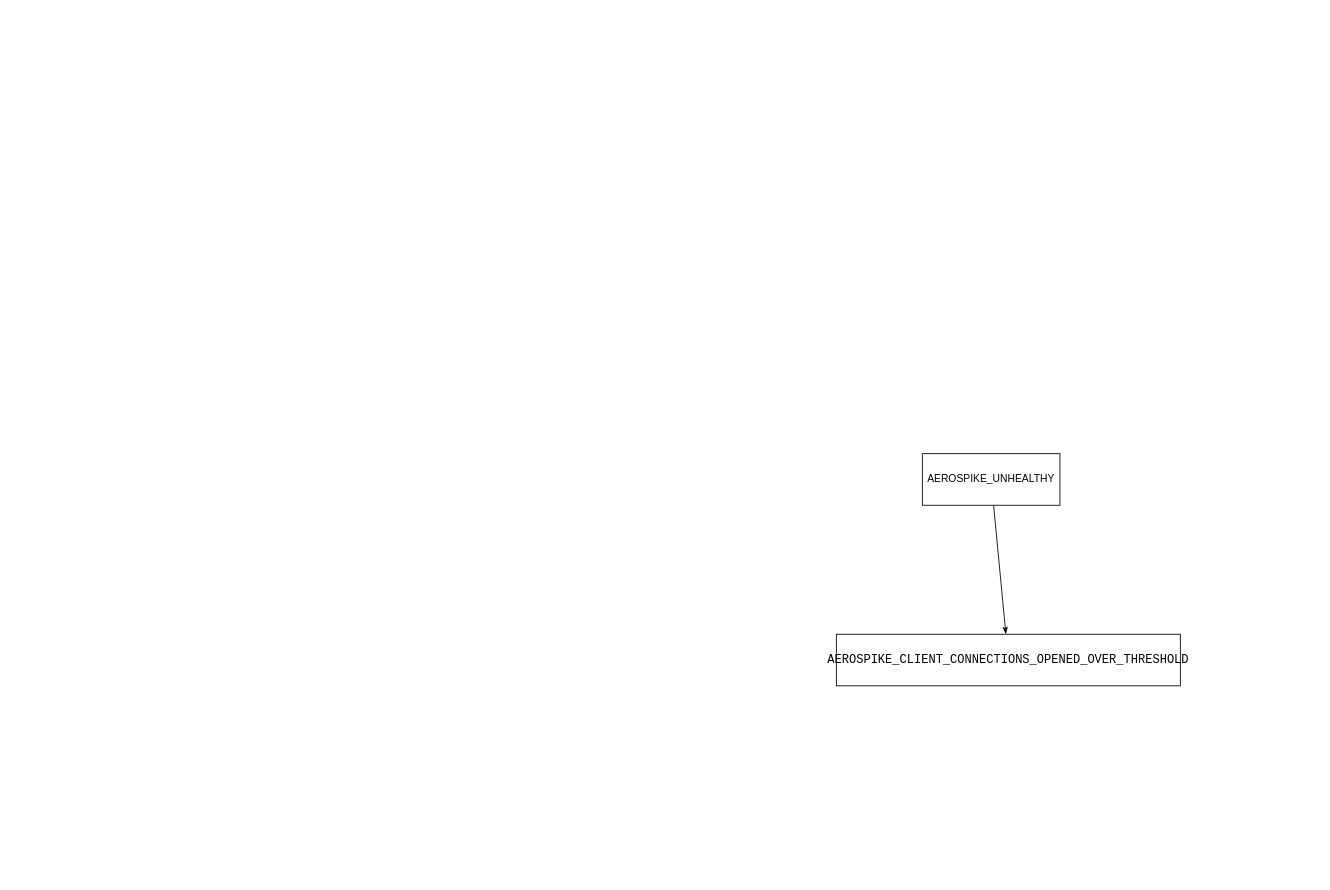
This is Biểu đồ không có tiêu đề.drawio from thespiderminh/draw.io, a draw.io file, before an edit. Source tidied: cells renumbered, new cells numbered last; positions are measured from the earlier drawing's top-left corner, leaving out a move shared by most shapes. Both pictures are drawn from the tidied source at 86%, with x=0, y=0 at pixel (836, 453).
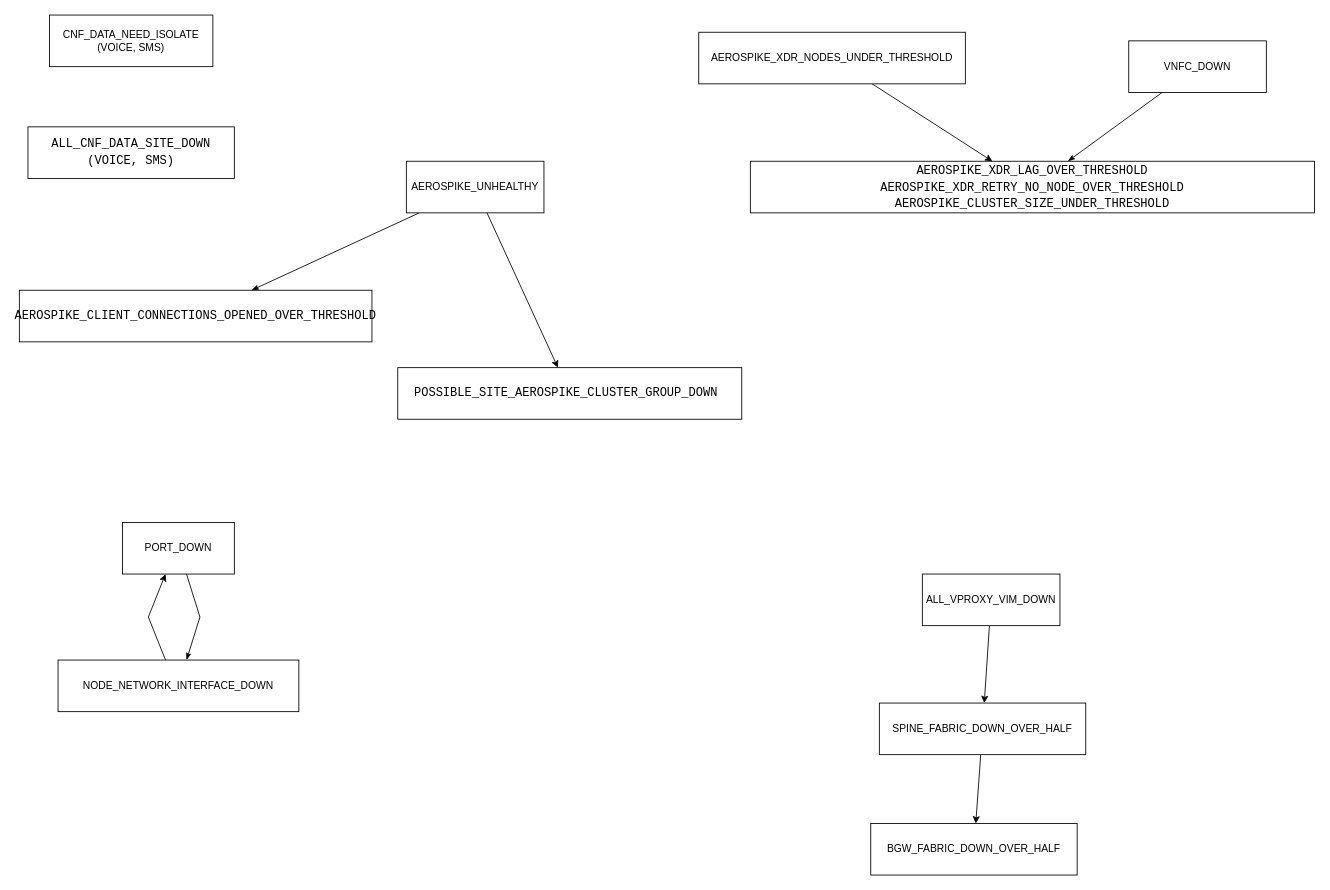
The same diagram, later.

Commit message:
Cập nhật Biểu đồ không có tiêu đề.drawio

Diff of the diagram source:
```diff
@@
     <mxCell id="2" value="&lt;div style=&quot;font-family: Consolas, &amp;quot;Courier New&amp;quot;, monospace; font-size: 14px; line-height: 19px; white-space: pre;&quot;&gt;&lt;span&gt;&lt;font style=&quot;color: rgb(0, 0, 0);&quot;&gt;AEROSPIKE_CLIENT_CONNECTIONS_OPENED_OVER_THRESHOLD&lt;/font&gt;&lt;/span&gt;&lt;/div&gt;" style="rounded=0;whiteSpace=wrap;html=1;" parent="1" vertex="1">
-      <mxGeometry y="210" width="400" height="60" as="geometry" />
+      <mxGeometry x="-950" y="-190" width="410" height="60" as="geometry" />
     </mxCell>
@@
+    <mxCell id="5" style="rounded=0;jettySize=auto;html=1;" parent="1" edge="1" source="4" target="9">
+      <mxGeometry relative="1" as="geometry" />
+    </mxCell>
     <mxCell id="4" value="AEROSPIKE_UNHEALTHY" style="rounded=0;whiteSpace=wrap;html=1;" parent="1" vertex="1">
-      <mxGeometry x="100" width="160" height="60" as="geometry" />
+      <mxGeometry x="-500" y="-340" width="160" height="60" as="geometry" />
     </mxCell>
+    <mxCell id="6" value="VNFC_DOWN" style="rounded=0;whiteSpace=wrap;html=1;" parent="1" vertex="1">
+      <mxGeometry x="340" y="-480" width="160" height="60" as="geometry" />
+    </mxCell>
+    <mxCell id="7" value="&lt;div style=&quot;line-height: 19px;&quot;&gt;&lt;font face=&quot;Consolas, Courier New, monospace&quot;&gt;&lt;span style=&quot;font-size: 14px; white-space: pre;&quot;&gt;AEROSPIKE_XDR_LAG_OVER_THRESHOLD&lt;/span&gt;&lt;/font&gt;&lt;/div&gt;&lt;div style=&quot;line-height: 19px;&quot;&gt;&lt;span style=&quot;font-family: monospace; font-size: 14px; background-color: transparent; color: light-dark(rgb(0, 0, 0), rgb(255, 255, 255));&quot;&gt;AEROSPIKE_XDR_RETRY_NO_NODE_OVER_THRESHOLD&lt;/span&gt;&lt;/div&gt;&lt;div style=&quot;line-height: 19px;&quot;&gt;&lt;span style=&quot;font-family: Consolas, &amp;quot;Courier New&amp;quot;, monospace; font-size: 14px; white-space: pre;&quot;&gt;AEROSPIKE_CLUSTER_SIZE_UNDER_THRESHOLD&lt;/span&gt;&lt;span style=&quot;font-family: monospace; font-size: 14px; background-color: transparent; color: light-dark(rgb(0, 0, 0), rgb(255, 255, 255));&quot;&gt;&lt;/span&gt;&lt;/div&gt;" style="rounded=0;whiteSpace=wrap;html=1;" parent="1" vertex="1">
+      <mxGeometry x="-100" y="-340" width="656" height="60" as="geometry" />
+    </mxCell>
+    <mxCell id="8" style="endArrow=classicThin;html=1;rounded=0;startArrow=none;startFill=0;endFill=1;" parent="1" edge="1" source="6" target="7">
+      <mxGeometry relative="1" as="geometry" />
+    </mxCell>
+    <mxCell id="9" value="&lt;div style=&quot;line-height: 19px;&quot;&gt;&lt;font face=&quot;Consolas, Courier New, monospace&quot;&gt;&lt;span style=&quot;font-size: 14px; white-space: pre;&quot;&gt;POSSIBLE_SITE_AEROSPIKE_CLUSTER_GROUP_DOWN &lt;/span&gt;&lt;/font&gt;&lt;/div&gt;" style="rounded=0;whiteSpace=wrap;html=1;" parent="1" vertex="1">
+      <mxGeometry x="-510" y="-100" width="400" height="60" as="geometry" />
+    </mxCell>
+    <mxCell id="10" style="rounded=0;jettySize=auto;html=1;" parent="1" edge="1" source="11" target="13">
+      <mxGeometry relative="1" as="geometry" />
+    </mxCell>
+    <mxCell id="11" value="ALL_VPROXY_VIM_DOWN" style="rounded=0;whiteSpace=wrap;html=1;" parent="1" vertex="1">
+      <mxGeometry x="100" y="140" width="160" height="60" as="geometry" />
+    </mxCell>
+    <mxCell id="12" value="CNF_DATA_NEED_ISOLATE (VOICE, SMS)" style="rounded=0;whiteSpace=wrap;html=1;" parent="1" vertex="1">
+      <mxGeometry x="-915" y="-510" width="190" height="60" as="geometry" />
+    </mxCell>
+    <mxCell id="13" value="SPINE_FABRIC_DOWN_OVER_HALF" style="rounded=0;whiteSpace=wrap;html=1;" parent="1" vertex="1">
+      <mxGeometry x="50" y="290" width="240" height="60" as="geometry" />
+    </mxCell>
+    <mxCell id="14" style="rounded=0;jettySize=auto;html=1;" parent="1" edge="1" source="13" target="15">
+      <mxGeometry relative="1" as="geometry" />
+    </mxCell>
+    <mxCell id="15" value="BGW_FABRIC_DOWN_OVER_HALF" style="rounded=0;whiteSpace=wrap;html=1;" parent="1" vertex="1">
+      <mxGeometry x="40" y="430" width="240" height="60" as="geometry" />
+    </mxCell>
+    <mxCell id="16" style="rounded=0;orthogonalLoop=1;jettySize=auto;html=1;" parent="1" edge="1">
+      <mxGeometry relative="1" as="geometry">
+        <mxPoint x="-780" y="240" as="sourcePoint" />
+        <mxPoint x="-780" y="140" as="targetPoint" />
+        <Array as="points">
+          <mxPoint x="-800" y="190" />
+        </Array>
+      </mxGeometry>
+    </mxCell>
+    <mxCell id="17" value="NODE_NETWORK_INTERFACE_DOWN " style="rounded=0;whiteSpace=wrap;html=1;" parent="1" vertex="1">
+      <mxGeometry x="-905" y="240" width="280" height="60" as="geometry" />
+    </mxCell>
+    <mxCell id="18" value="PORT_DOWN" style="rounded=0;whiteSpace=wrap;html=1;" parent="1" vertex="1">
+      <mxGeometry x="-830" y="80" width="130" height="60" as="geometry" />
+    </mxCell>
+    <mxCell id="19" style="endArrow=classicThin;html=1;rounded=0;startArrow=none;startFill=0;endFill=1;" parent="1" edge="1" source="18" target="17">
+      <mxGeometry relative="1" as="geometry">
+        <Array as="points">
+          <mxPoint x="-740" y="190" />
+        </Array>
+      </mxGeometry>
+    </mxCell>
+    <mxCell id="20" value="&lt;div style=&quot;line-height: 19px;&quot;&gt;&lt;font face=&quot;Consolas, Courier New, monospace&quot; style=&quot;color: light-dark(rgb(0, 0, 0), rgb(145, 93, 71));&quot;&gt;&lt;span style=&quot;font-size: 14px; white-space: pre;&quot;&gt;ALL_CNF_DATA_SITE_DOWN&lt;/span&gt;&lt;/font&gt;&lt;/div&gt;&lt;div style=&quot;line-height: 19px;&quot;&gt;&lt;font face=&quot;Consolas, Courier New, monospace&quot; style=&quot;color: light-dark(rgb(0, 0, 0), rgb(145, 93, 71));&quot;&gt;&lt;span style=&quot;font-size: 14px; white-space: pre;&quot;&gt;(VOICE, SMS)&lt;/span&gt;&lt;/font&gt;&lt;/div&gt;" style="rounded=0;whiteSpace=wrap;html=1;" parent="1" vertex="1">
+      <mxGeometry x="-940" y="-380" width="240" height="60" as="geometry" />
+    </mxCell>
+    <mxCell id="21" style="rounded=0;jettySize=auto;html=1;" parent="1" edge="1" source="22" target="7">
+      <mxGeometry relative="1" as="geometry" />
+    </mxCell>
+    <mxCell id="22" value="AEROSPIKE_XDR_NODES_UNDER_THRESHOLD" style="rounded=0;whiteSpace=wrap;html=1;" parent="1" vertex="1">
+      <mxGeometry x="-160" y="-490" width="310" height="60" as="geometry" />
+    </mxCell>
```
